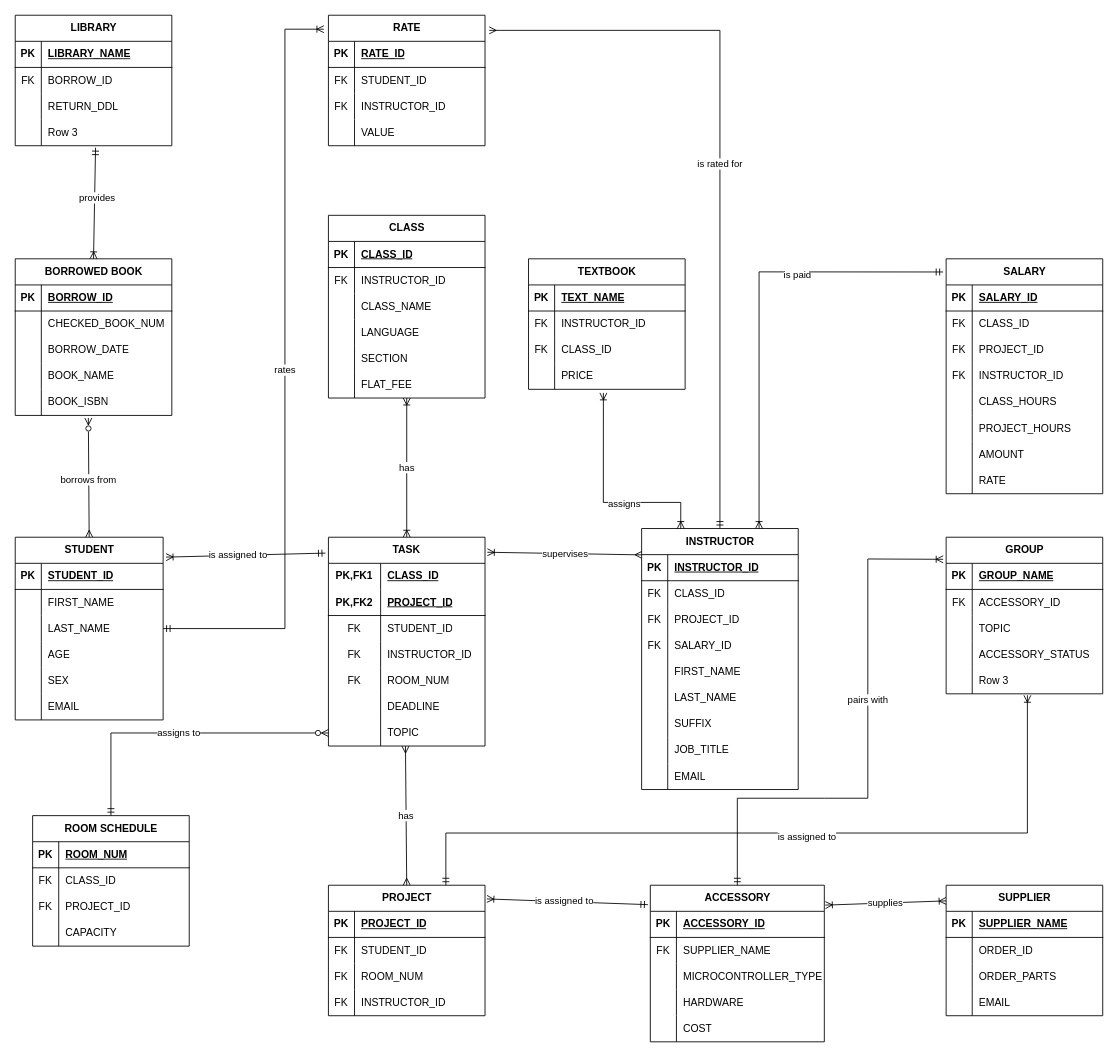
Before: ER1.drawio in XeuphoriaXL/novelai_colab_chs, a draw.io diagram. Source tidied: cells renumbered, new cells numbered last; positions are measured from the earlier drawing's top-left corner, leaving out a move shared by most shapes. Both pictures are drawn from the tidied source at 87%, with x=0, y=0 at pixel (15, 15).
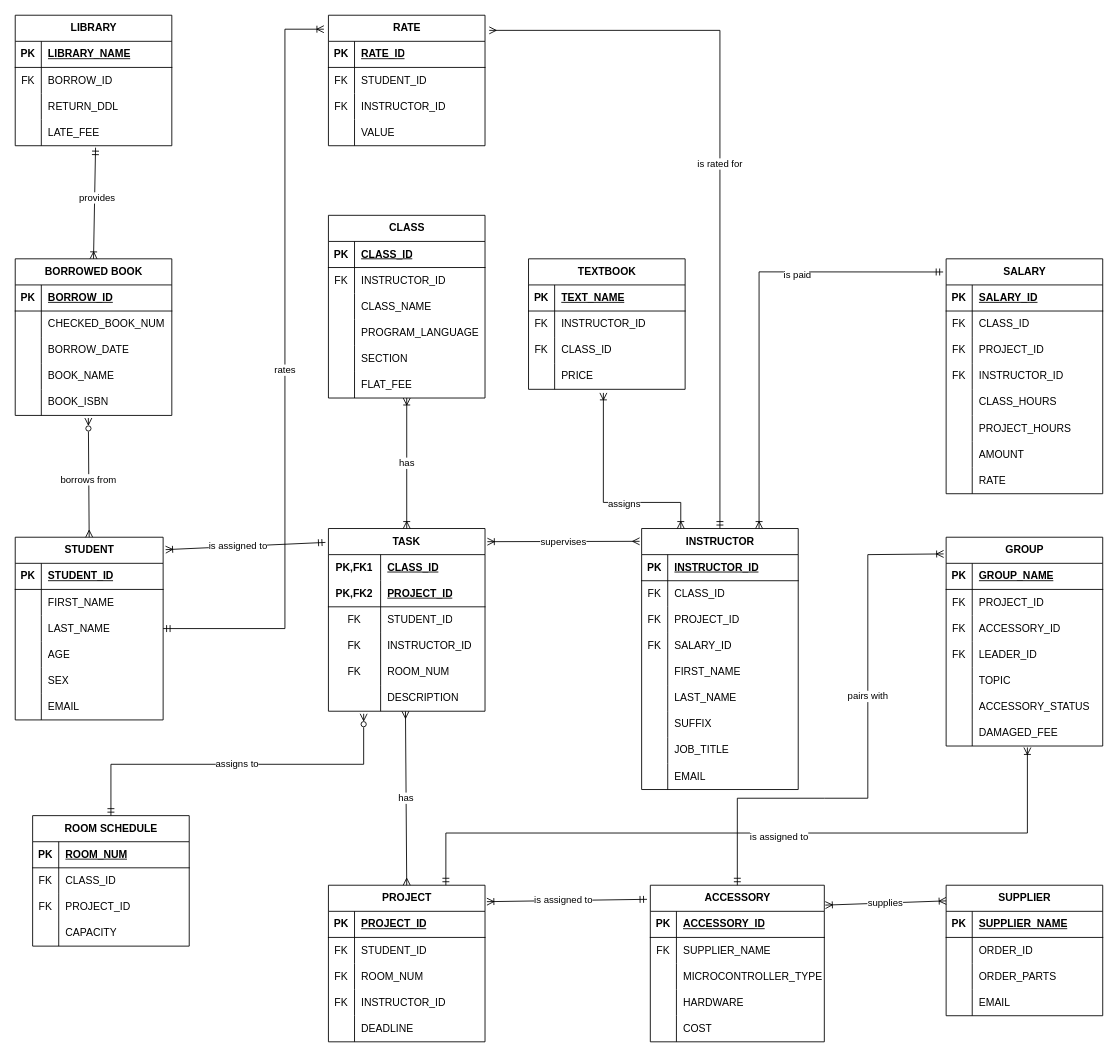
The same page after the edit.

The change refers to these unchanged cells:
```xml
<mxCell id="2" value="STUDENT" style="shape=table;startSize=30;childLayout=tableLayout;rowLines=0;fontStyle=1;align=center;html=1;" parent="1" vertex="1">
  <mxGeometry y="600" width="170" height="210" as="geometry" />
</mxCell>
<mxCell id="55" style="shape=tableRow;horizontal=0;startSize=0;swimlaneHead=0;swimlaneBody=0;fillColor=none;top=0;left=0;right=0;bottom=0;" parent="45" vertex="1">
  <mxGeometry y="120" width="180" height="30" as="geometry" />
</mxCell>
<mxCell id="79" value="INSTRUCTOR" style="shape=table;startSize=30;childLayout=tableLayout;rowLines=0;fontStyle=1;align=center;html=1;" parent="1" vertex="1">
  <mxGeometry x="720" y="590" width="180" height="300" as="geometry" />
</mxCell>
<mxCell id="108" value="ACCESSORY" style="shape=table;startSize=30;childLayout=tableLayout;rowLines=0;fontStyle=1;align=center;html=1;" parent="1" vertex="1">
  <mxGeometry x="730" y="1000" width="200" height="180" as="geometry" />
</mxCell>
<mxCell id="140" value="ROOM SCHEDULE" style="shape=table;startSize=30;childLayout=tableLayout;rowLines=0;fontStyle=1;align=center;html=1;" parent="1" vertex="1">
  <mxGeometry x="20" y="920" width="180" height="150" as="geometry" />
</mxCell>
<mxCell id="182" style="shape=tableRow;horizontal=0;startSize=0;swimlaneHead=0;swimlaneBody=0;fillColor=none;points=[[0,0.5],[1,0.5]];portConstraint=eastwest;top=0;left=0;right=0;bottom=0;" parent="172" vertex="1">
  <mxGeometry y="120" width="180" height="30" as="geometry" />
</mxCell>
```

What changed in the source:
```diff
@@
     <mxCell id="21" value="TASK" style="shape=table;startSize=30;childLayout=tableLayout;rowLines=0;fontStyle=1;align=center;html=1;whiteSpace=wrap;" parent="1" vertex="1">
-      <mxGeometry x="360" y="600" width="180" height="240" as="geometry" />
+      <mxGeometry x="360" y="590" width="180" height="210" as="geometry" />
     </mxCell>
@@
-    <mxCell id="37" style="shape=tableRow;horizontal=0;startSize=0;swimlaneHead=0;swimlaneBody=0;fillColor=none;top=0;left=0;right=0;bottom=0;html=1;" parent="21" vertex="1">
-      <mxGeometry y="180" width="180" height="30" as="geometry" />
-    </mxCell>
-    <mxCell id="38" style="shape=partialRectangle;fillColor=none;top=0;left=0;bottom=0;right=0;overflow=hidden;html=1;whiteSpace=wrap;" parent="37" vertex="1">
-      <mxGeometry width="60" height="30" as="geometry" />
-    </mxCell>
-    <mxCell id="39" value="DEADLINE" style="shape=partialRectangle;fillColor=none;top=0;left=0;bottom=0;right=0;align=left;spacingLeft=6;overflow=hidden;html=1;whiteSpace=wrap;" parent="37" vertex="1">
-      <mxGeometry x="60" width="120" height="30" as="geometry" />
-    </mxCell>
     <mxCell id="40" style="shape=tableRow;horizontal=0;startSize=0;swimlaneHead=0;swimlaneBody=0;fillColor=none;points=[[0,0.5],[1,0.5]];portConstraint=eastwest;top=0;left=0;right=0;bottom=0;html=1;" parent="21" vertex="1">
-      <mxGeometry y="210" width="180" height="30" as="geometry" />
+      <mxGeometry y="180" width="180" height="30" as="geometry" />
     </mxCell>
@@
-    <mxCell id="42" value="TOPIC" style="shape=partialRectangle;fillColor=none;top=0;left=0;bottom=0;right=0;align=left;spacingLeft=6;overflow=hidden;html=1;whiteSpace=wrap;" parent="40" vertex="1">
+    <mxCell id="42" value="DESCRIPTION" style="shape=partialRectangle;fillColor=none;top=0;left=0;bottom=0;right=0;align=left;spacingLeft=6;overflow=hidden;html=1;whiteSpace=wrap;" parent="40" vertex="1">
       <mxGeometry x="60" width="120" height="30" as="geometry" />
     </mxCell>
-    <mxCell id="43" style="fontSize=12;html=1;endArrow=ERoneToMany;startArrow=ERmandOne;rounded=0;entryX=1.02;entryY=0.109;entryDx=0;entryDy=0;entryPerimeter=0;exitX=-0.019;exitY=0.076;exitDx=0;exitDy=0;exitPerimeter=0;" parent="1" edge="1" source="21" target="2">
+    <mxCell id="43" style="fontSize=12;html=1;endArrow=ERoneToMany;startArrow=ERmandOne;rounded=0;entryX=1.017;entryY=0.068;entryDx=0;entryDy=0;entryPerimeter=0;exitX=-0.019;exitY=0.076;exitDx=0;exitDy=0;exitPerimeter=0;" parent="1" edge="1" source="21" target="2">
       <mxGeometry relative="1" as="geometry" />
     </mxCell>
@@
-    <mxCell id="57" value="LANGUAGE" style="shape=partialRectangle;fillColor=none;top=0;left=0;bottom=0;right=0;align=left;spacingLeft=6;overflow=hidden;whiteSpace=wrap;html=1;" parent="55" vertex="1">
+    <mxCell id="57" value="PROGRAM_LANGUAGE" style="shape=partialRectangle;fillColor=none;top=0;left=0;bottom=0;right=0;align=left;spacingLeft=6;overflow=hidden;whiteSpace=wrap;html=1;" parent="55" vertex="1">
       <mxGeometry x="30" width="150" height="30" as="geometry" />
     </mxCell>
@@
     <mxCell id="64" value="PROJECT" style="shape=table;startSize=30;childLayout=tableLayout;rowLines=0;fontStyle=1;align=center;html=1;" parent="1" vertex="1">
-      <mxGeometry x="360" y="1000" width="180" height="150" as="geometry" />
+      <mxGeometry x="360" y="1000" width="180" height="180" as="geometry" />
     </mxCell>
@@
+    <mxCell id="264" style="shape=tableRow;horizontal=0;startSize=0;swimlaneHead=0;swimlaneBody=0;fillColor=none;top=0;left=0;right=0;bottom=0;" parent="64" vertex="1">
+      <mxGeometry y="150" width="180" height="30" as="geometry" />
+    </mxCell>
+    <mxCell id="265" style="shape=partialRectangle;fillColor=none;top=0;left=0;bottom=0;right=0;overflow=hidden;whiteSpace=wrap;html=1;" parent="264" vertex="1">
+      <mxGeometry width="30" height="30" as="geometry" />
+    </mxCell>
+    <mxCell id="39" value="DEADLINE" style="shape=partialRectangle;fillColor=none;top=0;left=0;bottom=0;right=0;align=left;spacingLeft=6;overflow=hidden;whiteSpace=wrap;html=1;" parent="264" vertex="1">
+      <mxGeometry x="30" width="150" height="30" as="geometry" />
+    </mxCell>
@@
-    <mxCell id="107" value="supervises" style="endArrow=ERmany;html=1;rounded=0;exitX=1.015;exitY=0.072;exitDx=0;exitDy=0;exitPerimeter=0;entryX=0.002;entryY=0.101;entryDx=0;entryDy=0;entryPerimeter=0;startArrow=ERoneToMany;startFill=0;endFill=0;" parent="1" edge="1" source="21" target="79">
+    <mxCell id="107" value="supervises" style="endArrow=ERmany;html=1;rounded=0;exitX=1.015;exitY=0.072;exitDx=0;exitDy=0;exitPerimeter=0;entryX=-0.013;entryY=0.049;entryDx=0;entryDy=0;entryPerimeter=0;startArrow=ERoneToMany;startFill=0;endFill=0;" parent="1" edge="1" source="21" target="79">
       <mxGeometry relative="1" as="geometry" />
     </mxCell>
@@
-    <mxCell id="124" style="endArrow=ERmandOne;html=1;rounded=0;entryX=-0.014;entryY=0.124;entryDx=0;entryDy=0;entryPerimeter=0;exitX=1.012;exitY=0.105;exitDx=0;exitDy=0;exitPerimeter=0;startArrow=ERoneToMany;startFill=0;endFill=0;" parent="1" edge="1" source="64" target="108">
+    <mxCell id="124" style="endArrow=ERmandOne;html=1;rounded=0;entryX=-0.019;entryY=0.09;entryDx=0;entryDy=0;entryPerimeter=0;exitX=1.012;exitY=0.105;exitDx=0;exitDy=0;exitPerimeter=0;startArrow=ERoneToMany;startFill=0;endFill=0;" parent="1" edge="1" source="64" target="108">
       <mxGeometry relative="1" as="geometry" />
     </mxCell>
@@
-    <mxCell id="153" value="assigns to" style="endArrow=ERzeroToMany;html=1;rounded=0;exitX=0.5;exitY=0;exitDx=0;exitDy=0;startArrow=ERmandOne;startFill=0;endFill=0;entryX=0;entryY=0.5;entryDx=0;entryDy=0;edgeStyle=orthogonalEdgeStyle;" parent="1" edge="1" source="140" target="40">
+    <mxCell id="153" value="assigns to" style="endArrow=ERzeroToMany;html=1;rounded=0;exitX=0.5;exitY=0;exitDx=0;exitDy=0;startArrow=ERmandOne;startFill=0;endFill=0;entryX=0.225;entryY=1.097;entryDx=0;entryDy=0;edgeStyle=elbowEdgeStyle;elbow=vertical;entryPerimeter=0;" parent="1" edge="1" source="140" target="40">
       <mxGeometry relative="1" as="geometry" />
     </mxCell>
@@
-    <mxCell id="184" value="Row 3" style="shape=partialRectangle;fillColor=none;top=0;left=0;bottom=0;right=0;align=left;spacingLeft=6;overflow=hidden;whiteSpace=wrap;html=1;" parent="182" vertex="1">
+    <mxCell id="184" value="LATE_FEE" style="shape=partialRectangle;fillColor=none;top=0;left=0;bottom=0;right=0;align=left;spacingLeft=6;overflow=hidden;whiteSpace=wrap;html=1;" parent="182" vertex="1">
       <mxGeometry x="30" width="150" height="30" as="geometry" />
     </mxCell>
@@
     <mxCell id="202" value="GROUP" style="shape=table;startSize=30;childLayout=tableLayout;rowLines=0;fontStyle=1;align=center;html=1;" parent="1" vertex="1">
-      <mxGeometry x="1070" y="600" width="180" height="180" as="geometry" />
+      <mxGeometry x="1070" y="600" width="180" height="240" as="geometry" />
     </mxCell>
@@
+    <mxCell id="266" style="shape=tableRow;horizontal=0;startSize=0;swimlaneHead=0;swimlaneBody=0;fillColor=none;top=0;left=0;right=0;bottom=0;" parent="202" vertex="1">
+      <mxGeometry y="60" width="180" height="30" as="geometry" />
+    </mxCell>
+    <mxCell id="267" value="FK" style="shape=partialRectangle;fillColor=none;top=0;left=0;bottom=0;right=0;overflow=hidden;whiteSpace=wrap;html=1;" parent="266" vertex="1">
+      <mxGeometry width="30" height="30" as="geometry" />
+    </mxCell>
+    <mxCell id="268" value="PROJECT_ID" style="shape=partialRectangle;fillColor=none;top=0;left=0;bottom=0;right=0;align=left;spacingLeft=6;overflow=hidden;whiteSpace=wrap;html=1;" parent="266" vertex="1">
+      <mxGeometry x="30" width="150" height="30" as="geometry" />
+    </mxCell>
     <mxCell id="206" style="shape=tableRow;horizontal=0;startSize=0;swimlaneHead=0;swimlaneBody=0;fillColor=none;top=0;left=0;right=0;bottom=0;" parent="202" vertex="1">
-      <mxGeometry y="60" width="180" height="30" as="geometry" />
+      <mxGeometry y="90" width="180" height="30" as="geometry" />
     </mxCell>
@@
+    <mxCell id="269" style="shape=tableRow;horizontal=0;startSize=0;swimlaneHead=0;swimlaneBody=0;fillColor=none;top=0;left=0;right=0;bottom=0;" parent="202" vertex="1">
+      <mxGeometry y="120" width="180" height="30" as="geometry" />
+    </mxCell>
+    <mxCell id="270" value="FK" style="shape=partialRectangle;fillColor=none;top=0;left=0;bottom=0;right=0;overflow=hidden;whiteSpace=wrap;html=1;" parent="269" vertex="1">
+      <mxGeometry width="30" height="30" as="geometry" />
+    </mxCell>
+    <mxCell id="271" value="LEADER_ID" style="shape=partialRectangle;fillColor=none;top=0;left=0;bottom=0;right=0;align=left;spacingLeft=6;overflow=hidden;whiteSpace=wrap;html=1;" parent="269" vertex="1">
+      <mxGeometry x="30" width="150" height="30" as="geometry" />
+    </mxCell>
     <mxCell id="209" style="shape=tableRow;horizontal=0;startSize=0;swimlaneHead=0;swimlaneBody=0;fillColor=none;top=0;left=0;right=0;bottom=0;" parent="202" vertex="1">
-      <mxGeometry y="90" width="180" height="30" as="geometry" />
+      <mxGeometry y="150" width="180" height="30" as="geometry" />
     </mxCell>
@@
     <mxCell id="212" style="shape=tableRow;horizontal=0;startSize=0;swimlaneHead=0;swimlaneBody=0;fillColor=none;top=0;left=0;right=0;bottom=0;" parent="202" vertex="1">
-      <mxGeometry y="120" width="180" height="30" as="geometry" />
+      <mxGeometry y="180" width="180" height="30" as="geometry" />
     </mxCell>
@@
     <mxCell id="215" style="shape=tableRow;horizontal=0;startSize=0;swimlaneHead=0;swimlaneBody=0;fillColor=none;points=[[0,0.5],[1,0.5]];portConstraint=eastwest;top=0;left=0;right=0;bottom=0;" parent="202" vertex="1">
-      <mxGeometry y="150" width="180" height="30" as="geometry" />
+      <mxGeometry y="210" width="180" height="30" as="geometry" />
     </mxCell>
@@
-    <mxCell id="217" value="Row 3" style="shape=partialRectangle;fillColor=none;top=0;left=0;bottom=0;right=0;align=left;spacingLeft=6;overflow=hidden;whiteSpace=wrap;html=1;" parent="215" vertex="1">
+    <mxCell id="217" value="DAMAGED_FEE" style="shape=partialRectangle;fillColor=none;top=0;left=0;bottom=0;right=0;align=left;spacingLeft=6;overflow=hidden;whiteSpace=wrap;html=1;" parent="215" vertex="1">
       <mxGeometry x="30" width="150" height="30" as="geometry" />
     </mxCell>
@@
-    <mxCell id="220" style="endArrow=ERmandOne;html=1;entryX=0.5;entryY=0;entryDx=0;entryDy=0;elbow=vertical;rounded=0;exitX=-0.019;exitY=0.141;exitDx=0;exitDy=0;exitPerimeter=0;startArrow=ERoneToMany;startFill=0;endFill=0;" parent="1" edge="1" source="202" target="108">
+    <mxCell id="220" style="endArrow=ERmandOne;html=1;entryX=0.5;entryY=0;entryDx=0;entryDy=0;elbow=vertical;rounded=0;startArrow=ERoneToMany;startFill=0;endFill=0;exitX=-0.016;exitY=0.08;exitDx=0;exitDy=0;exitPerimeter=0;" parent="1" edge="1" source="202" target="108">
       <mxGeometry relative="1" as="geometry">
         <Array as="points">
-          <mxPoint x="980" y="625" />
+          <mxPoint x="980" y="620" />
           <mxPoint x="980" y="900" />
           <mxPoint x="930" y="900" />
           <mxPoint x="830" y="900" />
           <mxPoint x="830" y="940" />
         </Array>
       </mxGeometry>
     </mxCell>
```
